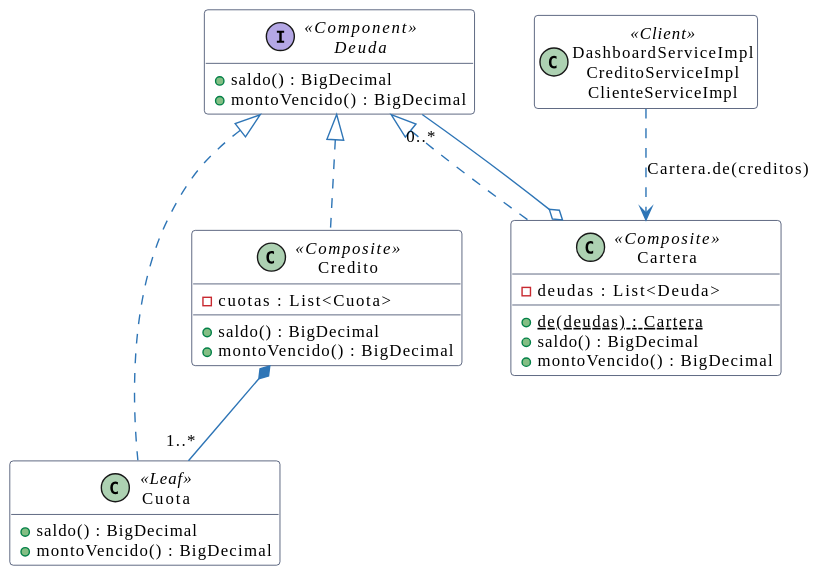
Before: docs/reporte/puml/composite-despues.svg, a diagram exported from PlantUML (andreiveisuade/TPO-ProcesoDesarrolloSoftware-V4). Its source is kept beside it as docs/reporte/puml/composite-despues.puml. Source of this version:
```plantuml
@startuml
skinparam shadowing false
skinparam defaultFontName Calibri
skinparam defaultFontSize 12
skinparam ClassBackgroundColor #FFFFFF
skinparam ClassBorderColor #1D2B4F
skinparam ClassHeaderBackgroundColor #FFFFFF
skinparam ArrowColor #2E75B6
skinparam NoteBackgroundColor #FFF8E1
skinparam NoteBorderColor #B38600
hide empty members
interface Deuda <<Component>> {
  +saldo() : BigDecimal
  +montoVencido() : BigDecimal
}
class Cuota <<Leaf>> {
  +saldo() : BigDecimal
  +montoVencido() : BigDecimal
}
class Credito <<Composite>> {
  -cuotas : List<Cuota>
  +saldo() : BigDecimal
  +montoVencido() : BigDecimal
}
class Cartera <<Composite>> {
  -deudas : List<Deuda>
  +{static} de(deudas) : Cartera
  +saldo() : BigDecimal
  +montoVencido() : BigDecimal
}
class "DashboardServiceImpl\nCreditoServiceImpl\nClienteServiceImpl" as Clientes <<Client>>
Deuda <|.. Cuota
Deuda <|.. Credito
Deuda <|.. Cartera
Credito *-- "1..*" Cuota
Cartera o-- "0..*" Deuda
Clientes ..> Cartera : Cartera.de(creditos)
@enduml
```
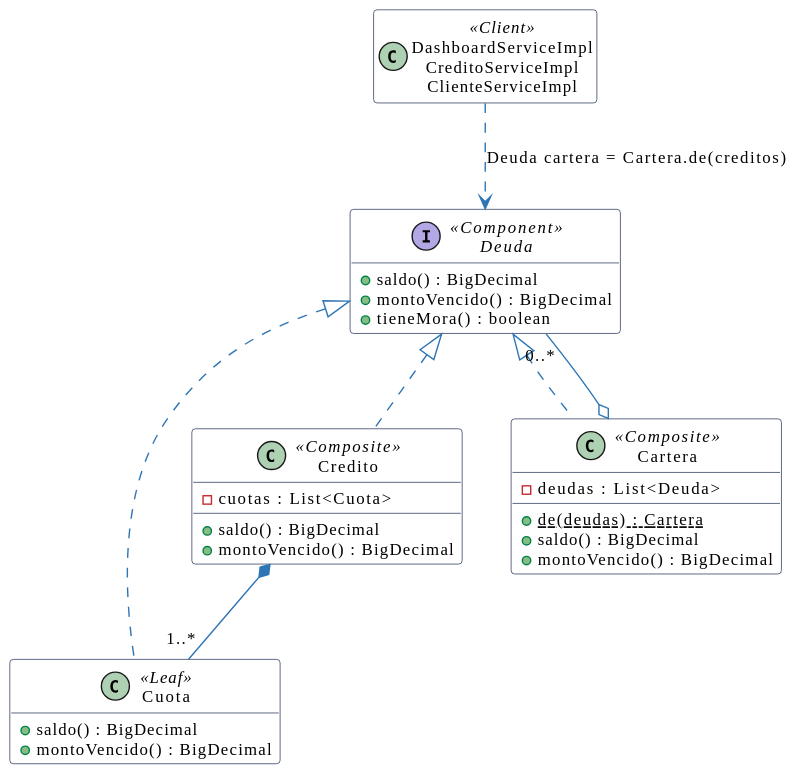
After the commit.

Change to the diagram source:
```diff
@@ -12,6 +12,7 @@
 interface Deuda <<Component>> {
   +saldo() : BigDecimal
   +montoVencido() : BigDecimal
+  +tieneMora() : boolean
 }
 class Cuota <<Leaf>> {
   +saldo() : BigDecimal
@@ -34,5 +35,5 @@
 Deuda <|.. Cartera
 Credito *-- "1..*" Cuota
 Cartera o-- "0..*" Deuda
-Clientes ..> Cartera : Cartera.de(creditos)
+Clientes ..> Deuda : Deuda cartera = Cartera.de(creditos)
 @enduml
```
